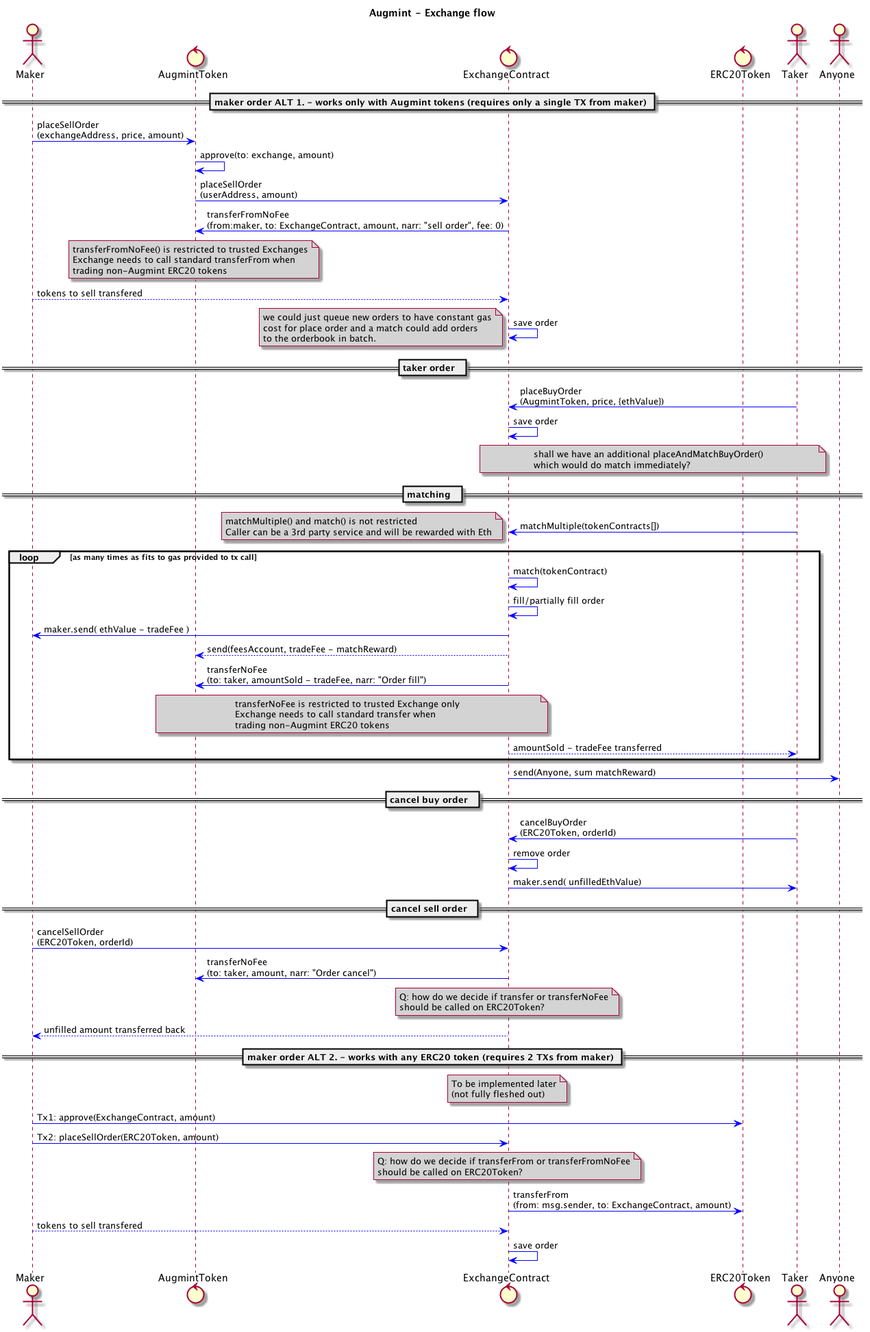
Before: docs/exchangeFlow.png, a diagram exported from PlantUML (Augmint/augmint-web).
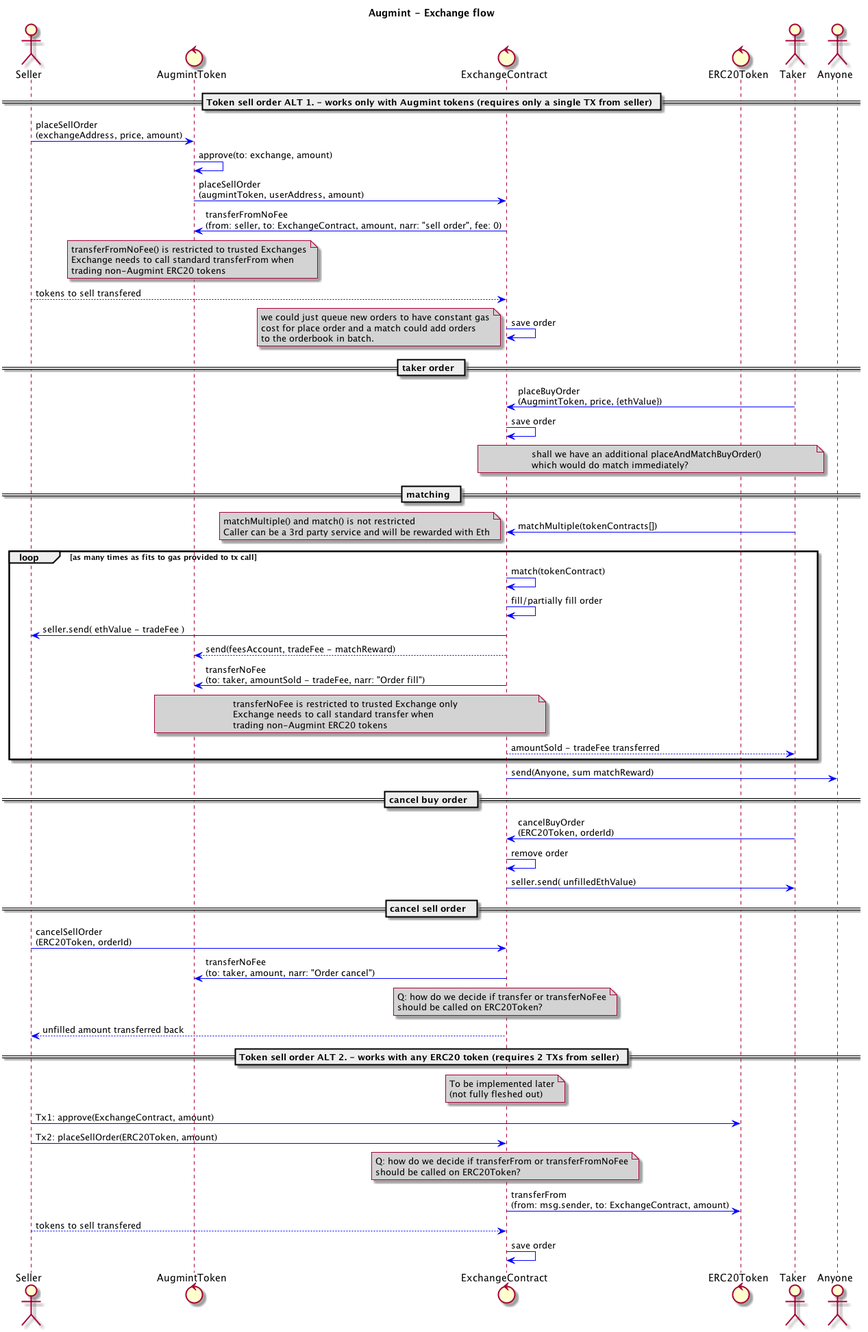
Above is the later version.

Commit message:
sequence diagram updates

The edit, as a diff of the source:
```diff
@@ -2,23 +2,23 @@
 title **Augmint** - Exchange flow
 skinparam ArrowColor #blue
 skinparam noteBackgroundColor #lightgrey
-actor Maker
+actor Seller
 control AugmintToken
 control ExchangeContract
 control ERC20Token
 actor Taker
 actor Anyone
-== maker order ALT 1. - works only with Augmint tokens (requires only a single TX from maker) ==
-Maker -> AugmintToken : placeSellOrder\n(exchangeAddress, price, amount)
+== Token sell order ALT 1. - works only with Augmint tokens (requires only a single TX from seller) ==
+Seller -> AugmintToken : placeSellOrder\n(exchangeAddress, price, amount)
 AugmintToken -> AugmintToken : approve(to: exchange, amount)
-AugmintToken -> ExchangeContract : placeSellOrder\n(userAddress, amount)
-ExchangeContract -> AugmintToken : transferFromNoFee\n(from:maker, to: ExchangeContract, amount, narr: "sell order", fee: 0)
+AugmintToken -> ExchangeContract : placeSellOrder\n(augmintToken, userAddress, amount)
+ExchangeContract -> AugmintToken : transferFromNoFee\n(from: seller, to: ExchangeContract, amount, narr: "sell order", fee: 0)
 note over AugmintToken
     transferFromNoFee() is restricted to trusted Exchanges
     Exchange needs to call standard transferFrom when
     trading non-Augmint ERC20 tokens
 end note
-Maker --> ExchangeContract : tokens to sell transfered
+Seller --> ExchangeContract : tokens to sell transfered
 ExchangeContract -> ExchangeContract : save order
 note left
     we could just queue new orders to have constant gas
@@ -41,7 +41,7 @@
 loop as many times as fits to gas provided to tx call
     ExchangeContract -> ExchangeContract : match(tokenContract)
     ExchangeContract -> ExchangeContract : fill/partially fill order
-    ExchangeContract -> Maker : maker.send( ethValue - tradeFee )
+    ExchangeContract -> Seller : seller.send( ethValue - tradeFee )
     ExchangeContract --> AugmintToken : send(feesAccount, tradeFee - matchReward)
     ExchangeContract -> AugmintToken : transferNoFee\n(to: taker, amountSold - tradeFee, narr: "Order fill")
     note over AugmintToken, ExchangeContract
@@ -55,28 +55,28 @@
 == cancel buy order  ==
 Taker -> ExchangeContract : cancelBuyOrder\n(ERC20Token, orderId)
 ExchangeContract -> ExchangeContract : remove order
-ExchangeContract -> Taker : maker.send( unfilledEthValue)
+ExchangeContract -> Taker : seller.send( unfilledEthValue)
 == cancel sell order  ==
-Maker -> ExchangeContract : cancelSellOrder\n(ERC20Token, orderId)
+Seller -> ExchangeContract : cancelSellOrder\n(ERC20Token, orderId)
 ExchangeContract -> AugmintToken : transferNoFee\n(to: taker, amount, narr: "Order cancel")
 note over ExchangeContract
  Q: how do we decide if transfer or transferNoFee
  should be called on ERC20Token?
 end note
-ExchangeContract --> Maker : unfilled amount transferred back
-== maker order ALT 2. - works with any ERC20 token (requires 2 TXs from maker) ==
+ExchangeContract --> Seller : unfilled amount transferred back
+== Token sell order ALT 2. - works with any ERC20 token (requires 2 TXs from seller) ==
 note over ExchangeContract
     To be implemented later
     (not fully fleshed out)
 end note
-Maker -> ERC20Token : Tx1: approve(ExchangeContract, amount)
-Maker -> ExchangeContract : Tx2: placeSellOrder(ERC20Token, amount)
+Seller -> ERC20Token : Tx1: approve(ExchangeContract, amount)
+Seller -> ExchangeContract : Tx2: placeSellOrder(ERC20Token, amount)
 note over ExchangeContract
  Q: how do we decide if transferFrom or transferFromNoFee
  should be called on ERC20Token?
 end note
 ExchangeContract -> ERC20Token : transferFrom\n(from: msg.sender, to: ExchangeContract, amount)
-Maker --> ExchangeContract : tokens to sell transfered
+Seller --> ExchangeContract : tokens to sell transfered
 ExchangeContract -> ExchangeContract : save order
 
 @enduml
```
